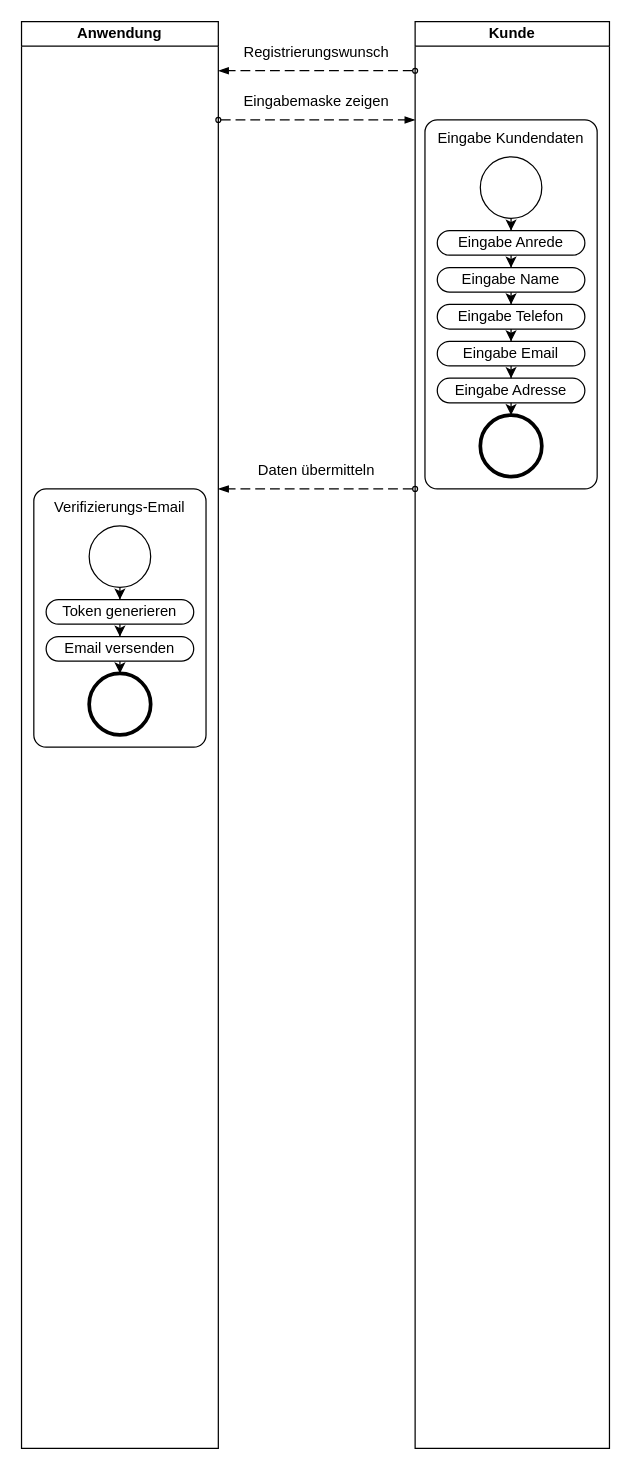
The draw.io diagram uml/BPMN.drawio in ChabbaY/HM_WiSe2223_SE-Reisebuchungen, before the edit. Source tidied: cells renumbered, new cells numbered last; positions are measured from the earlier drawing's top-left corner, leaving out a move shared by most shapes. Both pictures are drawn from the tidied source at 123%, with x=0, y=0 at pixel (21, 21).
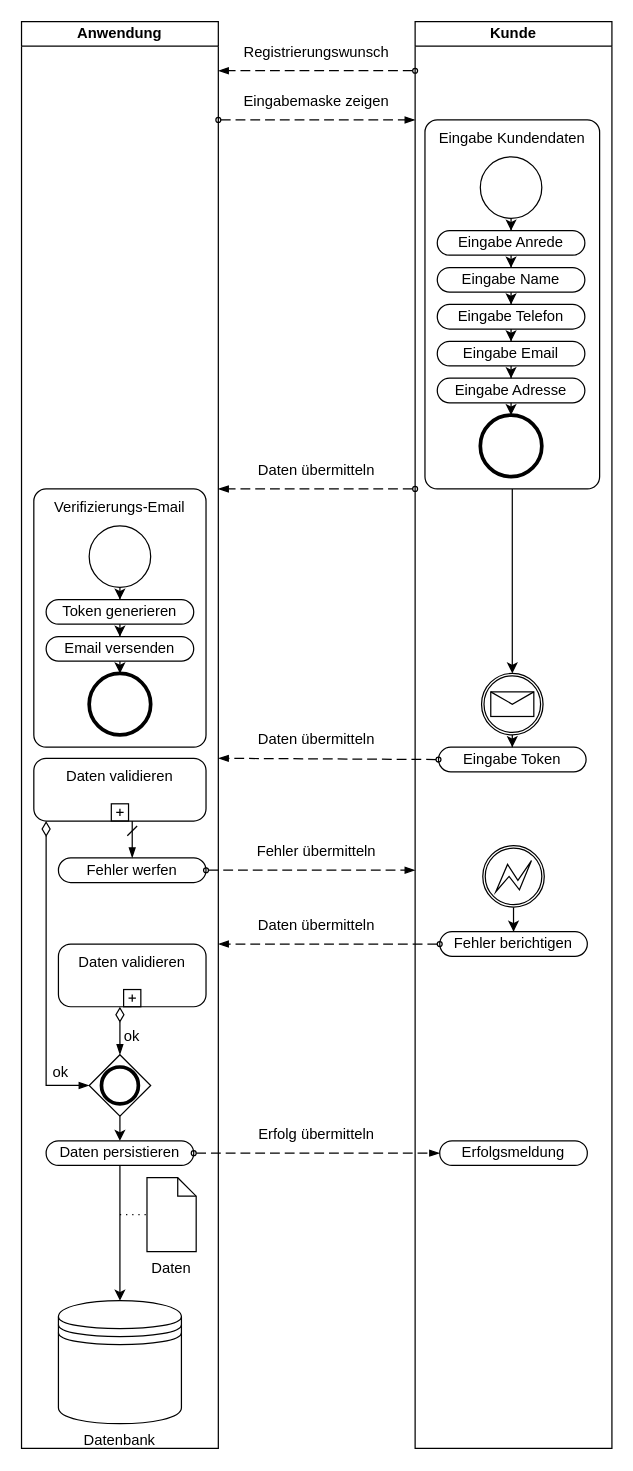
The same page after the edit.

The change refers to these unchanged cells:
```xml
<mxCell id="2" value="Anwendung" style="swimlane;startSize=20;whiteSpace=wrap;html=1;" parent="1" vertex="1">
  <mxGeometry width="160" height="1160" as="geometry" />
</mxCell>
```

Change to the diagram source:
```diff
@@
     <mxCell id="4" value="Verifizierungs-Email" style="text;html=1;strokeColor=none;fillColor=none;align=center;verticalAlign=middle;whiteSpace=wrap;rounded=0;" parent="2" vertex="1">
-      <mxGeometry y="380" width="160" height="30" as="geometry" />
+      <mxGeometry x="10" y="380" width="140" height="30" as="geometry" />
     </mxCell>
@@
+    <mxCell id="34" style="points=[[0.25,0,0],[0.5,0,0],[0.75,0,0],[1,0.25,0],[1,0.5,0],[1,0.75,0],[0.75,1,0],[0.5,1,0],[0.25,1,0],[0,0.75,0],[0,0.5,0],[0,0.25,0]];shape=mxgraph.bpmn.task;whiteSpace=wrap;rectStyle=rounded;size=10;html=1;taskMarker=abstract;isLoopSub=1;" parent="2" vertex="1">
+      <mxGeometry x="10" y="599" width="140" height="51" as="geometry" />
+    </mxCell>
+    <mxCell id="35" value="Daten validieren" style="text;html=1;strokeColor=none;fillColor=none;align=center;verticalAlign=middle;whiteSpace=wrap;rounded=0;" parent="2" vertex="1">
+      <mxGeometry x="10" y="599" width="140" height="30" as="geometry" />
+    </mxCell>
+    <mxCell id="36" style="edgeStyle=elbowEdgeStyle;fontSize=12;html=1;endArrow=blockThin;endFill=1;startArrow=diamondThin;startFill=0;endSize=6;startSize=10;rounded=0;entryX=0;entryY=0.5;entryDx=0;entryDy=0;entryPerimeter=0;" parent="2" edge="1" source="34" target="42">
+      <mxGeometry relative="1" as="geometry">
+        <Array as="points">
+          <mxPoint x="20" y="670" />
+        </Array>
+      </mxGeometry>
+    </mxCell>
+    <mxCell id="37" style="points=[[0.25,0,0],[0.5,0,0],[0.75,0,0],[1,0.25,0],[1,0.5,0],[1,0.75,0],[0.75,1,0],[0.5,1,0],[0.25,1,0],[0,0.75,0],[0,0.5,0],[0,0.25,0]];shape=mxgraph.bpmn.task;whiteSpace=wrap;rectStyle=rounded;size=10;html=1;taskMarker=abstract;isLoopSub=1;" parent="2" vertex="1">
+      <mxGeometry x="30" y="750" width="120" height="51" as="geometry" />
+    </mxCell>
+    <mxCell id="38" value="Daten validieren" style="text;html=1;strokeColor=none;fillColor=none;align=center;verticalAlign=middle;whiteSpace=wrap;rounded=0;" parent="2" vertex="1">
+      <mxGeometry x="30" y="750" width="120" height="30" as="geometry" />
+    </mxCell>
+    <mxCell id="39" value="Fehler werfen" style="points=[[0.25,0,0],[0.5,0,0],[0.75,0,0],[1,0.25,0],[1,0.5,0],[1,0.75,0],[0.75,1,0],[0.5,1,0],[0.25,1,0],[0,0.75,0],[0,0.5,0],[0,0.25,0]];shape=mxgraph.bpmn.task;whiteSpace=wrap;rectStyle=rounded;size=10;html=1;taskMarker=abstract;" parent="2" vertex="1">
+      <mxGeometry x="30" y="680" width="120" height="20" as="geometry" />
+    </mxCell>
+    <mxCell id="40" style="edgeStyle=elbowEdgeStyle;fontSize=12;html=1;endArrow=blockThin;endFill=1;startArrow=dash;startFill=0;endSize=6;startSize=6;rounded=0;entryX=0.5;entryY=0;entryDx=0;entryDy=0;entryPerimeter=0;" parent="2" edge="1" source="34" target="39">
+      <mxGeometry relative="1" as="geometry">
+        <Array as="points">
+          <mxPoint x="90" y="670" />
+        </Array>
+      </mxGeometry>
+    </mxCell>
+    <mxCell id="41" style="edgeStyle=orthogonalEdgeStyle;rounded=0;jettySize=auto;html=1;exitX=0.5;exitY=1;exitDx=0;exitDy=0;exitPerimeter=0;entryX=0.5;entryY=0;entryDx=0;entryDy=0;entryPerimeter=0;startArrow=none;startFill=0;startSize=10;" parent="2" edge="1" source="42" target="48">
+      <mxGeometry relative="1" as="geometry" />
+    </mxCell>
+    <mxCell id="42" style="points=[[0.25,0.25,0],[0.5,0,0],[0.75,0.25,0],[1,0.5,0],[0.75,0.75,0],[0.5,1,0],[0.25,0.75,0],[0,0.5,0]];shape=mxgraph.bpmn.gateway2;html=1;verticalLabelPosition=bottom;labelBackgroundColor=#ffffff;verticalAlign=top;align=center;perimeter=rhombusPerimeter;outlineConnect=0;outline=end;symbol=general;" parent="2" vertex="1">
+      <mxGeometry x="55" y="840" width="50" height="50" as="geometry" />
+    </mxCell>
+    <mxCell id="43" style="edgeStyle=elbowEdgeStyle;fontSize=12;html=1;endArrow=blockThin;endFill=1;startArrow=diamondThin;startFill=0;endSize=6;startSize=10;rounded=0;entryX=0.5;entryY=0;entryDx=0;entryDy=0;entryPerimeter=0;" parent="2" edge="1" source="37" target="42">
+      <mxGeometry relative="1" as="geometry">
+        <Array as="points">
+          <mxPoint x="80" y="780" />
+        </Array>
+      </mxGeometry>
+    </mxCell>
+    <mxCell id="44" value="ok" style="text;html=1;strokeColor=none;fillColor=none;align=center;verticalAlign=middle;whiteSpace=wrap;rounded=0;" parent="2" vertex="1">
+      <mxGeometry x="78" y="810" width="24" height="30" as="geometry" />
+    </mxCell>
+    <mxCell id="45" value="ok" style="text;html=1;strokeColor=none;fillColor=none;align=center;verticalAlign=middle;whiteSpace=wrap;rounded=0;" parent="2" vertex="1">
+      <mxGeometry x="20" y="840" width="24" height="30" as="geometry" />
+    </mxCell>
+    <mxCell id="46" value="Datenbank" style="shape=datastore;whiteSpace=wrap;html=1;labelPosition=center;verticalLabelPosition=bottom;align=center;verticalAlign=top;" parent="2" vertex="1">
+      <mxGeometry x="30" y="1040" width="100" height="100" as="geometry" />
+    </mxCell>
+    <mxCell id="47" style="edgeStyle=orthogonalEdgeStyle;rounded=0;jettySize=auto;html=1;entryX=0.5;entryY=0;entryDx=0;entryDy=0;startArrow=none;startFill=0;startSize=10;" parent="2" edge="1" source="48" target="46">
+      <mxGeometry relative="1" as="geometry" />
+    </mxCell>
+    <mxCell id="48" value="Daten persistieren" style="points=[[0.25,0,0],[0.5,0,0],[0.75,0,0],[1,0.25,0],[1,0.5,0],[1,0.75,0],[0.75,1,0],[0.5,1,0],[0.25,1,0],[0,0.75,0],[0,0.5,0],[0,0.25,0]];shape=mxgraph.bpmn.task;whiteSpace=wrap;rectStyle=rounded;size=10;html=1;taskMarker=abstract;" parent="2" vertex="1">
+      <mxGeometry x="20" y="910" width="120" height="20" as="geometry" />
+    </mxCell>
+    <mxCell id="49" value="Daten" style="shape=mxgraph.bpmn.data;labelPosition=center;verticalLabelPosition=bottom;align=center;verticalAlign=top;whiteSpace=wrap;size=15;html=1;" parent="2" vertex="1">
+      <mxGeometry x="102" y="940" width="40" height="60" as="geometry" />
+    </mxCell>
+    <mxCell id="50" style="edgeStyle=elbowEdgeStyle;fontSize=12;html=1;endFill=0;startFill=0;endSize=6;startSize=6;dashed=1;dashPattern=1 4;endArrow=none;startArrow=none;rounded=0;entryX=0;entryY=0.5;entryDx=0;entryDy=0;entryPerimeter=0;" parent="2" edge="1" target="49">
+      <mxGeometry relative="1" as="geometry">
+        <mxPoint x="80" y="970" as="sourcePoint" />
+      </mxGeometry>
+    </mxCell>
     <mxCell id="12" value="Kunde" style="swimlane;startSize=20;whiteSpace=wrap;html=1;" parent="1" vertex="1">
-      <mxGeometry x="320" width="158" height="1160" as="geometry" />
+      <mxGeometry x="320" width="160" height="1160" as="geometry" />
     </mxCell>
+    <mxCell id="51" style="edgeStyle=orthogonalEdgeStyle;rounded=0;jettySize=auto;html=1;" parent="12" edge="1" source="13" target="53">
+      <mxGeometry relative="1" as="geometry" />
+    </mxCell>
     <mxCell id="13" style="points=[[0.25,0,0],[0.5,0,0],[0.75,0,0],[1,0.25,0],[1,0.5,0],[1,0.75,0],[0.75,1,0],[0.5,1,0],[0.25,1,0],[0,0.75,0],[0,0.5,0],[0,0.25,0]];shape=mxgraph.bpmn.task;whiteSpace=wrap;rectStyle=rounded;size=10;html=1;taskMarker=abstract;" parent="12" vertex="1">
-      <mxGeometry x="8" y="80" width="140" height="300" as="geometry" />
+      <mxGeometry x="8" y="80" width="142" height="300" as="geometry" />
     </mxCell>
@@
     <mxCell id="27" value="Eingabe Kundendaten" style="text;html=1;strokeColor=none;fillColor=none;align=center;verticalAlign=middle;whiteSpace=wrap;rounded=0;" parent="12" vertex="1">
-      <mxGeometry x="-2" y="80" width="160" height="30" as="geometry" />
+      <mxGeometry x="8" y="80" width="142" height="30" as="geometry" />
     </mxCell>
+    <mxCell id="52" style="edgeStyle=orthogonalEdgeStyle;rounded=0;jettySize=auto;html=1;entryX=0.5;entryY=0;entryDx=0;entryDy=0;entryPerimeter=0;" parent="12" edge="1" source="53" target="54">
+      <mxGeometry relative="1" as="geometry" />
+    </mxCell>
+    <mxCell id="53" style="points=[[0.145,0.145,0],[0.5,0,0],[0.855,0.145,0],[1,0.5,0],[0.855,0.855,0],[0.5,1,0],[0.145,0.855,0],[0,0.5,0]];shape=mxgraph.bpmn.event;html=1;verticalLabelPosition=bottom;labelBackgroundColor=#ffffff;verticalAlign=top;align=center;perimeter=ellipsePerimeter;outlineConnect=0;outline=catching;symbol=message;" parent="12" vertex="1">
+      <mxGeometry x="54" y="530" width="50" height="50" as="geometry" />
+    </mxCell>
+    <mxCell id="54" value="Eingabe Token" style="points=[[0.25,0,0],[0.5,0,0],[0.75,0,0],[1,0.25,0],[1,0.5,0],[1,0.75,0],[0.75,1,0],[0.5,1,0],[0.25,1,0],[0,0.75,0],[0,0.5,0],[0,0.25,0]];shape=mxgraph.bpmn.task;whiteSpace=wrap;rectStyle=rounded;size=10;html=1;taskMarker=abstract;" parent="12" vertex="1">
+      <mxGeometry x="19" y="590" width="120" height="20" as="geometry" />
+    </mxCell>
+    <mxCell id="55" value="Fehler berichtigen" style="points=[[0.25,0,0],[0.5,0,0],[0.75,0,0],[1,0.25,0],[1,0.5,0],[1,0.75,0],[0.75,1,0],[0.5,1,0],[0.25,1,0],[0,0.75,0],[0,0.5,0],[0,0.25,0]];shape=mxgraph.bpmn.task;whiteSpace=wrap;rectStyle=rounded;size=10;html=1;taskMarker=abstract;" parent="12" vertex="1">
+      <mxGeometry x="20" y="740" width="120" height="20" as="geometry" />
+    </mxCell>
+    <mxCell id="56" style="edgeStyle=orthogonalEdgeStyle;rounded=0;jettySize=auto;html=1;entryX=0.5;entryY=0;entryDx=0;entryDy=0;entryPerimeter=0;" parent="12" edge="1" source="57" target="55">
+      <mxGeometry relative="1" as="geometry" />
+    </mxCell>
+    <mxCell id="57" style="points=[[0.145,0.145,0],[0.5,0,0],[0.855,0.145,0],[1,0.5,0],[0.855,0.855,0],[0.5,1,0],[0.145,0.855,0],[0,0.5,0]];shape=mxgraph.bpmn.event;html=1;verticalLabelPosition=bottom;labelBackgroundColor=#ffffff;verticalAlign=top;align=center;perimeter=ellipsePerimeter;outlineConnect=0;outline=boundInt;symbol=error;" parent="12" vertex="1">
+      <mxGeometry x="55" y="670" width="50" height="50" as="geometry" />
+    </mxCell>
+    <mxCell id="58" value="Erfolgsmeldung" style="points=[[0.25,0,0],[0.5,0,0],[0.75,0,0],[1,0.25,0],[1,0.5,0],[1,0.75,0],[0.75,1,0],[0.5,1,0],[0.25,1,0],[0,0.75,0],[0,0.5,0],[0,0.25,0]];shape=mxgraph.bpmn.task;whiteSpace=wrap;rectStyle=rounded;size=10;html=1;taskMarker=abstract;" parent="12" vertex="1">
+      <mxGeometry x="20" y="910" width="120" height="20" as="geometry" />
+    </mxCell>
@@
+    <mxCell id="59" style="dashed=1;dashPattern=8 4;endArrow=blockThin;endFill=1;startArrow=oval;startFill=0;endSize=6;startSize=4;html=1;rounded=0;exitX=0;exitY=0.5;exitDx=0;exitDy=0;exitPerimeter=0;entryX=0;entryY=1;entryDx=0;entryDy=0;" parent="1" edge="1" source="54" target="64">
+      <mxGeometry relative="1" as="geometry" />
+    </mxCell>
+    <mxCell id="60" value="Fehler übermitteln" style="text;html=1;strokeColor=none;fillColor=none;align=center;verticalAlign=middle;whiteSpace=wrap;rounded=0;" parent="1" vertex="1">
+      <mxGeometry x="160" y="660" width="160" height="30" as="geometry" />
+    </mxCell>
+    <mxCell id="61" style="dashed=1;dashPattern=8 4;endArrow=blockThin;endFill=1;startArrow=oval;startFill=0;endSize=6;startSize=4;html=1;rounded=0;exitX=0;exitY=0.5;exitDx=0;exitDy=0;exitPerimeter=0;entryX=0;entryY=1;entryDx=0;entryDy=0;" parent="1" edge="1" source="55" target="62">
+      <mxGeometry relative="1" as="geometry" />
+    </mxCell>
+    <mxCell id="62" value="Daten übermitteln" style="text;html=1;strokeColor=none;fillColor=none;align=center;verticalAlign=middle;whiteSpace=wrap;rounded=0;" parent="1" vertex="1">
+      <mxGeometry x="160" y="720" width="160" height="30" as="geometry" />
+    </mxCell>
+    <mxCell id="63" style="dashed=1;dashPattern=8 4;endArrow=blockThin;endFill=1;startArrow=oval;startFill=0;endSize=6;startSize=4;html=1;rounded=0;exitX=1;exitY=0.5;exitDx=0;exitDy=0;exitPerimeter=0;" parent="1" edge="1" source="39">
+      <mxGeometry relative="1" as="geometry">
+        <mxPoint x="320" y="690" as="targetPoint" />
+      </mxGeometry>
+    </mxCell>
+    <mxCell id="64" value="Daten übermitteln" style="text;html=1;strokeColor=none;fillColor=none;align=center;verticalAlign=middle;whiteSpace=wrap;rounded=0;" parent="1" vertex="1">
+      <mxGeometry x="160" y="569" width="160" height="30" as="geometry" />
+    </mxCell>
+    <mxCell id="65" style="dashed=1;dashPattern=8 4;endArrow=blockThin;endFill=1;startArrow=oval;startFill=0;endSize=6;startSize=4;html=1;rounded=0;exitX=1;exitY=0.5;exitDx=0;exitDy=0;exitPerimeter=0;entryX=0;entryY=0.5;entryDx=0;entryDy=0;entryPerimeter=0;" parent="1" edge="1" source="48" target="58">
+      <mxGeometry relative="1" as="geometry" />
+    </mxCell>
+    <mxCell id="66" value="Erfolg übermitteln" style="text;html=1;strokeColor=none;fillColor=none;align=center;verticalAlign=middle;whiteSpace=wrap;rounded=0;" parent="1" vertex="1">
+      <mxGeometry x="160" y="890" width="160" height="30" as="geometry" />
+    </mxCell>
```
